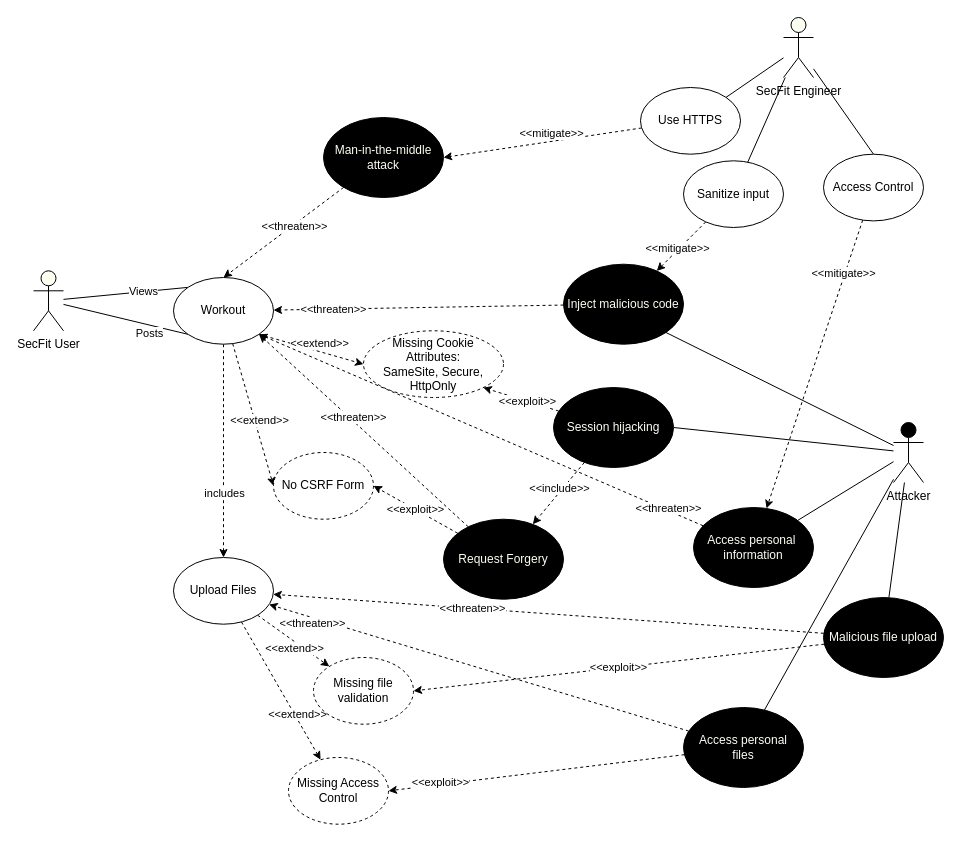
Before: misusecase-3.drawio in gullskatten/BPMN-models, a draw.io diagram. Source tidied: cells renumbered, new cells numbered last; positions are measured from the earlier drawing's top-left corner, leaving out a move shared by most shapes. Both pictures are drawn from the tidied source at 100%, with x=0, y=0 at pixel (33, 17).
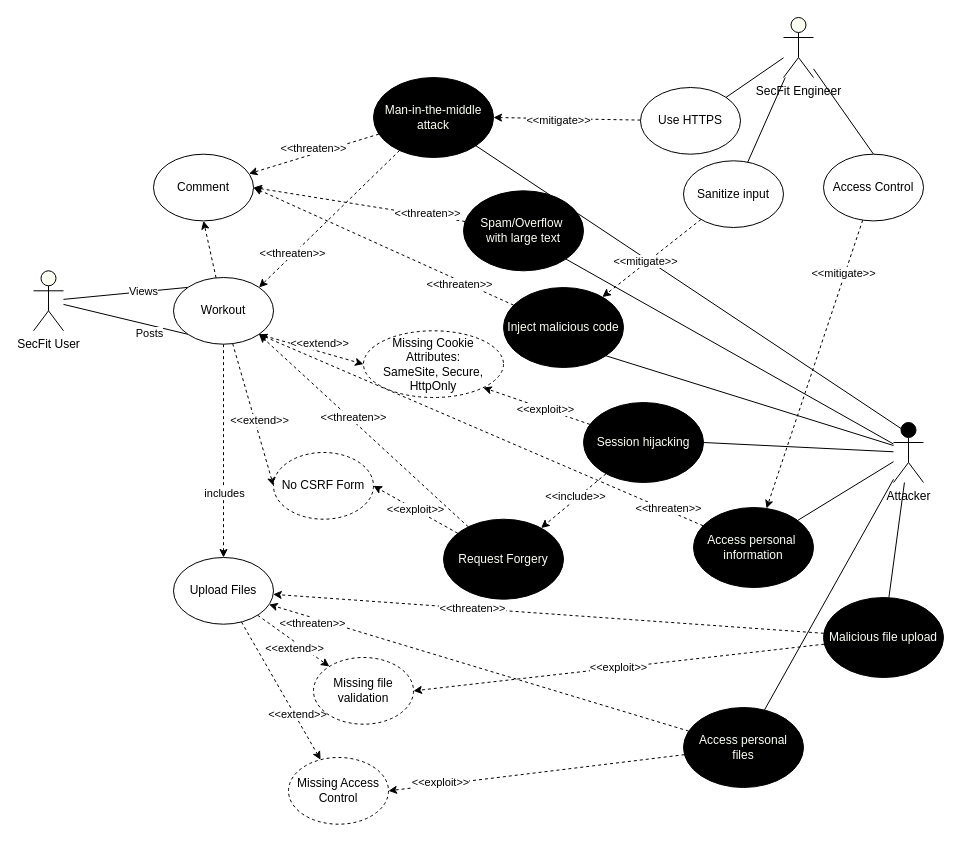
Above is the later version.

The change refers to these unchanged cells:
```xml
<mxCell id="6" value="Attacker" style="shape=umlActor;verticalLabelPosition=bottom;verticalAlign=top;html=1;outlineConnect=0;fillColor=#000000;" parent="1" vertex="1">
  <mxGeometry x="860" y="405" width="30" height="60" as="geometry" />
</mxCell>
<mxCell id="18" value="Workout" style="ellipse;whiteSpace=wrap;html=1;" parent="1" vertex="1">
  <mxGeometry x="140" y="260" width="100" height="66.7" as="geometry" />
</mxCell>
```

The edit, as a diff of the source:
```diff
@@
+    <mxCell id="68" style="rounded=0;jettySize=auto;html=1;entryX=1;entryY=1;entryDx=0;entryDy=0;endArrow=none;endFill=0;exitX=0.25;exitY=0.1;exitDx=0;exitDy=0;exitPerimeter=0;" parent="1" edge="1" source="6" target="21">
+      <mxGeometry relative="1" as="geometry" />
+    </mxCell>
+    <mxCell id="69" style="edgeStyle=none;rounded=0;jettySize=auto;html=1;entryX=1;entryY=1;entryDx=0;entryDy=0;endArrow=none;endFill=0;" parent="1" edge="1" source="6" target="76">
+      <mxGeometry relative="1" as="geometry" />
+    </mxCell>
@@
+    <mxCell id="70" style="edgeStyle=none;rounded=0;jettySize=auto;html=1;entryX=0.5;entryY=1;entryDx=0;entryDy=0;endArrow=classic;endFill=1;dashed=1;" parent="1" edge="1" source="18" target="73">
+      <mxGeometry relative="1" as="geometry" />
+    </mxCell>
@@
-    <mxCell id="19" style="edgeStyle=none;rounded=0;jettySize=auto;html=1;entryX=0.5;entryY=0;entryDx=0;entryDy=0;dashed=1;endArrow=classic;endFill=1;" parent="1" edge="1" source="21" target="18">
+    <mxCell id="19" style="edgeStyle=none;rounded=0;jettySize=auto;html=1;entryX=1;entryY=0;entryDx=0;entryDy=0;dashed=1;endArrow=classic;endFill=1;" parent="1" edge="1" source="21" target="18">
       <mxGeometry relative="1" as="geometry" />
     </mxCell>
     <mxCell id="20" value="&amp;lt;&amp;lt;threaten&amp;gt;&amp;gt;" style="edgeLabel;html=1;align=center;verticalAlign=middle;" parent="19" vertex="1">
       <mxGeometry x="-0.16" y="2" relative="1" as="geometry">
-        <mxPoint y="-1" as="offset" />
+        <mxPoint x="-50.1" y="43.8" as="offset" />
       </mxGeometry>
     </mxCell>
+    <mxCell id="71" style="edgeStyle=none;rounded=0;jettySize=auto;html=1;dashed=1;endArrow=classic;endFill=1;" parent="1" edge="1" source="21" target="73">
+      <mxGeometry relative="1" as="geometry" />
+    </mxCell>
     <mxCell id="21" value="&lt;font color=&quot;#fbfff2&quot;&gt;Man-in-the-middle&lt;br&gt;attack&lt;br&gt;&lt;/font&gt;" style="ellipse;whiteSpace=wrap;html=1;fillColor=#000000;" parent="1" vertex="1">
-      <mxGeometry x="290" y="100" width="120" height="80" as="geometry" />
+      <mxGeometry x="340" y="60" width="120" height="80" as="geometry" />
     </mxCell>
@@
     <mxCell id="32" value="&lt;font color=&quot;#fbfff2&quot;&gt;Session hijacking&lt;br&gt;&lt;/font&gt;" style="ellipse;whiteSpace=wrap;html=1;fillColor=#000000;" parent="1" vertex="1">
-      <mxGeometry x="520" y="370" width="120" height="80" as="geometry" />
+      <mxGeometry x="550" y="385" width="120" height="80" as="geometry" />
     </mxCell>
@@
-    <mxCell id="59" style="edgeStyle=none;rounded=0;jettySize=auto;html=1;dashed=1;endArrow=classic;endFill=1;" parent="1" edge="1" source="61" target="18">
+    <mxCell id="59" style="edgeStyle=none;rounded=0;jettySize=auto;html=1;dashed=1;endArrow=classic;endFill=1;entryX=1;entryY=0.5;entryDx=0;entryDy=0;" parent="1" edge="1" source="61" target="73">
       <mxGeometry relative="1" as="geometry" />
     </mxCell>
     <mxCell id="60" value="&amp;lt;&amp;lt;threaten&amp;gt;&amp;gt;" style="edgeLabel;html=1;align=center;verticalAlign=middle;" parent="59" vertex="1">
-      <mxGeometry x="0.59" relative="1" as="geometry" />
+      <mxGeometry x="0.59" relative="1" as="geometry">
+        <mxPoint x="6.6" y="-64.1" as="offset" />
+      </mxGeometry>
     </mxCell>
-    <mxCell id="61" value="&lt;font color=&quot;#fbfff2&quot;&gt;Inject malicious code&lt;br&gt;&lt;/font&gt;" style="ellipse;whiteSpace=wrap;html=1;fillColor=#000000;" parent="1" vertex="1">
-      <mxGeometry x="530" y="246.7" width="120" height="80" as="geometry" />
-    </mxCell>
+    <mxCell id="72" value="&amp;lt;&amp;lt;threaten&amp;gt;&amp;gt;" style="edgeLabel;html=1;align=center;verticalAlign=middle;" parent="59" vertex="1">
+      <mxGeometry x="-0.59" y="3" relative="1" as="geometry" />
+    </mxCell>
@@
+    <mxCell id="73" value="Comment" style="ellipse;whiteSpace=wrap;html=1;" parent="1" vertex="1">
+      <mxGeometry x="120" y="136.7" width="100" height="66.7" as="geometry" />
+    </mxCell>
+    <mxCell id="61" value="&lt;font color=&quot;#fbfff2&quot;&gt;Inject malicious code&lt;br&gt;&lt;/font&gt;" style="ellipse;whiteSpace=wrap;html=1;fillColor=#000000;" parent="1" vertex="1">
+      <mxGeometry x="470" y="270" width="120" height="80" as="geometry" />
+    </mxCell>
+    <mxCell id="74" style="edgeStyle=none;rounded=0;jettySize=auto;html=1;entryX=1;entryY=0.5;entryDx=0;entryDy=0;endArrow=classic;endFill=1;dashed=1;" parent="1" edge="1" source="76" target="73">
+      <mxGeometry relative="1" as="geometry" />
+    </mxCell>
+    <mxCell id="75" value="&amp;lt;&amp;lt;threaten&amp;gt;&amp;gt;" style="edgeLabel;html=1;align=center;verticalAlign=middle;" parent="74" vertex="1">
+      <mxGeometry x="-0.64" y="-2" relative="1" as="geometry" />
+    </mxCell>
+    <mxCell id="76" value="&lt;font color=&quot;#fbfff2&quot;&gt;Spam/Overflow&amp;nbsp;&lt;br&gt;with large text&lt;br&gt;&lt;/font&gt;" style="ellipse;whiteSpace=wrap;html=1;fillColor=#000000;" parent="1" vertex="1">
+      <mxGeometry x="430" y="173.3" width="120" height="80" as="geometry" />
+    </mxCell>
```
